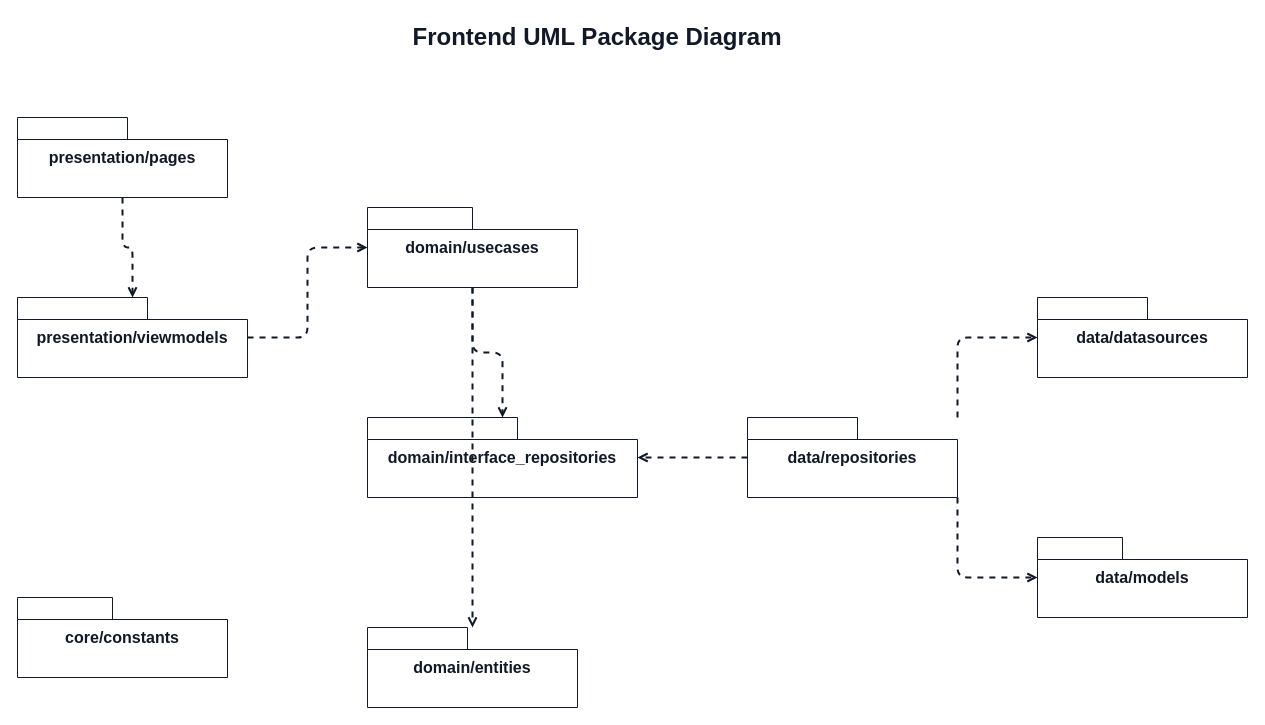
Above: docs/diagrams/package-diagrams.drawio in mkai-xlab/mkaix.healthsyncfe (draw.io), before the change. Source tidied: cells renumbered, new cells numbered last; positions are measured from the earlier drawing's top-left corner, leaving out a move shared by most shapes. Both pictures are drawn from the tidied source at 100%, with x=0, y=0 at pixel (17, 17).
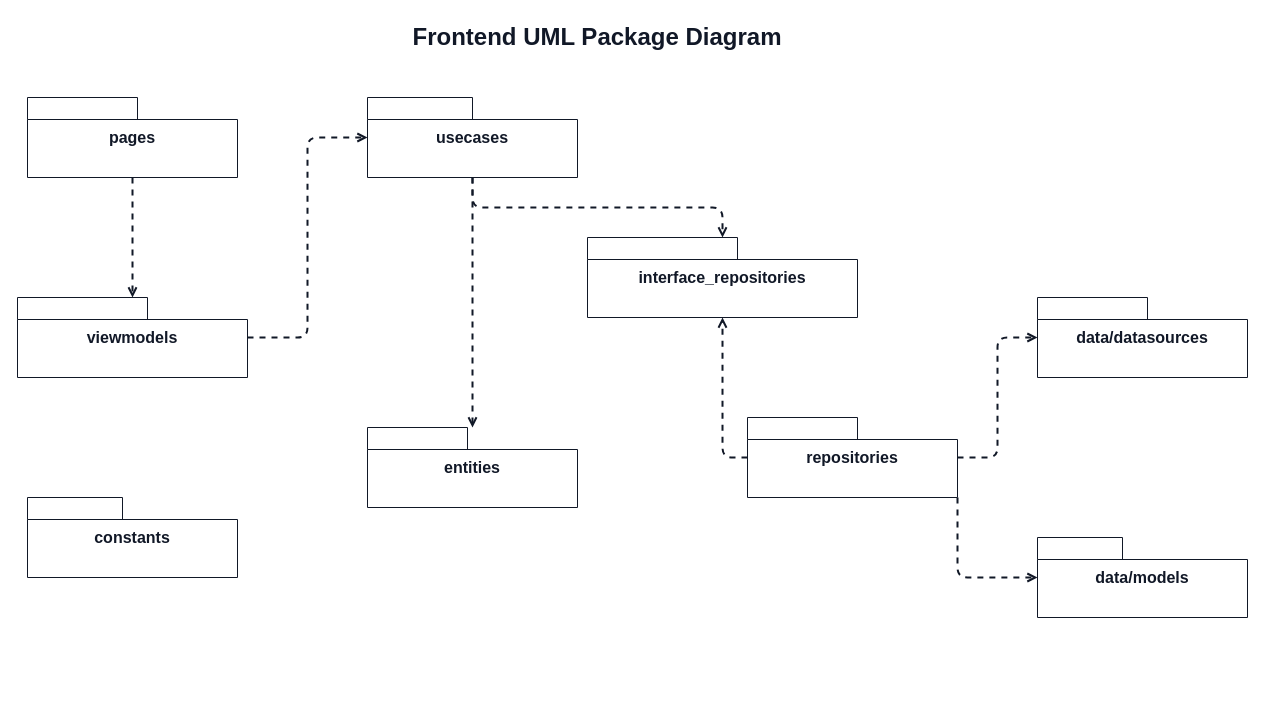
Above is the later version.

Commit message (it also covers changes not shown here):
docs: update package diagrams and add frontend architecture documentation

What changed in the source:
```diff
@@
 <mxGraphModel>
   <root>
     <mxCell id="0" />
     <mxCell id="1" parent="0" />
     <mxCell id="2" value="Frontend UML Package Diagram" style="text;html=1;strokeColor=none;fillColor=none;align=center;verticalAlign=middle;whiteSpace=wrap;fontSize=24;fontStyle=1;fontColor=#111827;" parent="1" vertex="1">
       <mxGeometry x="300" width="560" height="40" as="geometry" />
     </mxCell>
-    <mxCell id="3" value="presentation/pages" style="shape=folder;tabWidth=110;tabHeight=22;tabPosition=left;html=1;whiteSpace=wrap;fillColor=none;strokeColor=#111827;fontColor=#111827;fontSize=16;fontStyle=1;" parent="1" vertex="1">
-      <mxGeometry y="100" width="210" height="80" as="geometry" />
+    <mxCell id="3" value="pages" style="shape=folder;tabWidth=110;tabHeight=22;tabPosition=left;html=1;whiteSpace=wrap;fillColor=none;strokeColor=#111827;fontColor=#111827;fontSize=16;fontStyle=1;" parent="1" vertex="1">
+      <mxGeometry x="10" y="80" width="210" height="80" as="geometry" />
     </mxCell>
-    <mxCell id="4" value="presentation/viewmodels" style="shape=folder;tabWidth=130;tabHeight=22;tabPosition=left;html=1;whiteSpace=wrap;fillColor=none;strokeColor=#111827;fontColor=#111827;fontSize=16;fontStyle=1;" parent="1" vertex="1">
+    <mxCell id="4" value="viewmodels" style="shape=folder;tabWidth=130;tabHeight=22;tabPosition=left;html=1;whiteSpace=wrap;fillColor=none;strokeColor=#111827;fontColor=#111827;fontSize=16;fontStyle=1;" parent="1" vertex="1">
       <mxGeometry y="280" width="230" height="80" as="geometry" />
     </mxCell>
-    <mxCell id="5" value="domain/usecases" style="shape=folder;tabWidth=105;tabHeight=22;tabPosition=left;html=1;whiteSpace=wrap;fillColor=none;strokeColor=#111827;fontColor=#111827;fontSize=16;fontStyle=1;" parent="1" vertex="1">
-      <mxGeometry x="350" y="190" width="210" height="80" as="geometry" />
+    <mxCell id="5" value="usecases" style="shape=folder;tabWidth=105;tabHeight=22;tabPosition=left;html=1;whiteSpace=wrap;fillColor=none;strokeColor=#111827;fontColor=#111827;fontSize=16;fontStyle=1;" parent="1" vertex="1">
+      <mxGeometry x="350" y="80" width="210" height="80" as="geometry" />
     </mxCell>
-    <mxCell id="6" value="domain/interface_repositories" style="shape=folder;tabWidth=150;tabHeight=22;tabPosition=left;html=1;whiteSpace=wrap;fillColor=none;strokeColor=#111827;fontColor=#111827;fontSize=16;fontStyle=1;" parent="1" vertex="1">
-      <mxGeometry x="350" y="400" width="270" height="80" as="geometry" />
+    <mxCell id="6" value="interface_repositories" style="shape=folder;tabWidth=150;tabHeight=22;tabPosition=left;html=1;whiteSpace=wrap;fillColor=none;strokeColor=#111827;fontColor=#111827;fontSize=16;fontStyle=1;" parent="1" vertex="1">
+      <mxGeometry x="570" y="220" width="270" height="80" as="geometry" />
     </mxCell>
-    <mxCell id="7" value="domain/entities" style="shape=folder;tabWidth=100;tabHeight=22;tabPosition=left;html=1;whiteSpace=wrap;fillColor=none;strokeColor=#111827;fontColor=#111827;fontSize=16;fontStyle=1;" parent="1" vertex="1">
-      <mxGeometry x="350" y="610" width="210" height="80" as="geometry" />
+    <mxCell id="7" value="entities" style="shape=folder;tabWidth=100;tabHeight=22;tabPosition=left;html=1;whiteSpace=wrap;fillColor=none;strokeColor=#111827;fontColor=#111827;fontSize=16;fontStyle=1;" parent="1" vertex="1">
+      <mxGeometry x="350" y="410" width="210" height="80" as="geometry" />
     </mxCell>
-    <mxCell id="8" value="data/repositories" style="shape=folder;tabWidth=110;tabHeight=22;tabPosition=left;html=1;whiteSpace=wrap;fillColor=none;strokeColor=#111827;fontColor=#111827;fontSize=16;fontStyle=1;" parent="1" vertex="1">
+    <mxCell id="8" value="repositories" style="shape=folder;tabWidth=110;tabHeight=22;tabPosition=left;html=1;whiteSpace=wrap;fillColor=none;strokeColor=#111827;fontColor=#111827;fontSize=16;fontStyle=1;" parent="1" vertex="1">
       <mxGeometry x="730" y="400" width="210" height="80" as="geometry" />
     </mxCell>
     <mxCell id="9" value="data/datasources" style="shape=folder;tabWidth=110;tabHeight=22;tabPosition=left;html=1;whiteSpace=wrap;fillColor=none;strokeColor=#111827;fontColor=#111827;fontSize=16;fontStyle=1;" parent="1" vertex="1">
       <mxGeometry x="1020" y="280" width="210" height="80" as="geometry" />
     </mxCell>
     <mxCell id="10" value="data/models" style="shape=folder;tabWidth=85;tabHeight=22;tabPosition=left;html=1;whiteSpace=wrap;fillColor=none;strokeColor=#111827;fontColor=#111827;fontSize=16;fontStyle=1;" parent="1" vertex="1">
       <mxGeometry x="1020" y="520" width="210" height="80" as="geometry" />
     </mxCell>
-    <mxCell id="11" value="core/constants" style="shape=folder;tabWidth=95;tabHeight=22;tabPosition=left;html=1;whiteSpace=wrap;fillColor=none;strokeColor=#111827;fontColor=#111827;fontSize=16;fontStyle=1;" parent="1" vertex="1">
-      <mxGeometry y="580" width="210" height="80" as="geometry" />
+    <mxCell id="11" value="constants" style="shape=folder;tabWidth=95;tabHeight=22;tabPosition=left;html=1;whiteSpace=wrap;fillColor=none;strokeColor=#111827;fontColor=#111827;fontSize=16;fontStyle=1;" parent="1" vertex="1">
+      <mxGeometry x="10" y="480" width="210" height="80" as="geometry" />
     </mxCell>
     <mxCell id="12" style="edgeStyle=orthogonalEdgeStyle;rounded=1;html=1;endArrow=open;endFill=0;dashed=1;strokeColor=#111827;strokeWidth=2;exitX=0.5;exitY=1;entryX=0.5;entryY=0;" parent="1" edge="1" source="3" target="4">
       <mxGeometry relative="1" as="geometry" />
     </mxCell>
     <mxCell id="13" style="edgeStyle=orthogonalEdgeStyle;rounded=1;html=1;endArrow=open;endFill=0;dashed=1;strokeColor=#111827;strokeWidth=2;exitX=1;exitY=0.5;entryX=0;entryY=0.5;" parent="1" edge="1" source="4" target="5">
       <mxGeometry relative="1" as="geometry" />
     </mxCell>
     <mxCell id="14" style="edgeStyle=orthogonalEdgeStyle;rounded=1;html=1;endArrow=open;endFill=0;dashed=1;strokeColor=#111827;strokeWidth=2;exitX=0.5;exitY=1;entryX=0.5;entryY=0;" parent="1" edge="1" source="5" target="6">
       <mxGeometry relative="1" as="geometry" />
     </mxCell>
     <mxCell id="15" style="edgeStyle=orthogonalEdgeStyle;rounded=1;html=1;endArrow=open;endFill=0;dashed=1;strokeColor=#111827;strokeWidth=2;exitX=0.5;exitY=1;entryX=0.5;entryY=0;" parent="1" edge="1" source="5" target="7">
       <mxGeometry relative="1" as="geometry" />
     </mxCell>
-    <mxCell id="16" style="edgeStyle=orthogonalEdgeStyle;rounded=1;html=1;endArrow=open;endFill=0;dashed=1;strokeColor=#111827;strokeWidth=2;exitX=0;exitY=0.5;entryX=1;entryY=0.5;" parent="1" edge="1" source="8" target="6">
+    <mxCell id="16" style="edgeStyle=orthogonalEdgeStyle;rounded=1;html=1;endArrow=open;endFill=0;dashed=1;strokeColor=#111827;strokeWidth=2;exitX=0;exitY=0.5;" parent="1" edge="1" source="8" target="6">
       <mxGeometry relative="1" as="geometry" />
     </mxCell>
-    <mxCell id="17" style="edgeStyle=orthogonalEdgeStyle;rounded=1;html=1;endArrow=open;endFill=0;dashed=1;strokeColor=#111827;strokeWidth=2;exitX=1;exitY=0;entryX=0;entryY=0.5;" parent="1" edge="1" source="8" target="9">
+    <mxCell id="17" style="edgeStyle=orthogonalEdgeStyle;rounded=1;html=1;endArrow=open;endFill=0;dashed=1;strokeColor=#111827;strokeWidth=2;entryX=0;entryY=0.5;" parent="1" edge="1" source="8" target="9">
       <mxGeometry relative="1" as="geometry" />
     </mxCell>
     <mxCell id="18" style="edgeStyle=orthogonalEdgeStyle;rounded=1;html=1;endArrow=open;endFill=0;dashed=1;strokeColor=#111827;strokeWidth=2;exitX=1;exitY=1;entryX=0;entryY=0.5;" parent="1" edge="1" source="8" target="10">
       <mxGeometry relative="1" as="geometry" />
     </mxCell>
   </root>
 </mxGraphModel>
```
